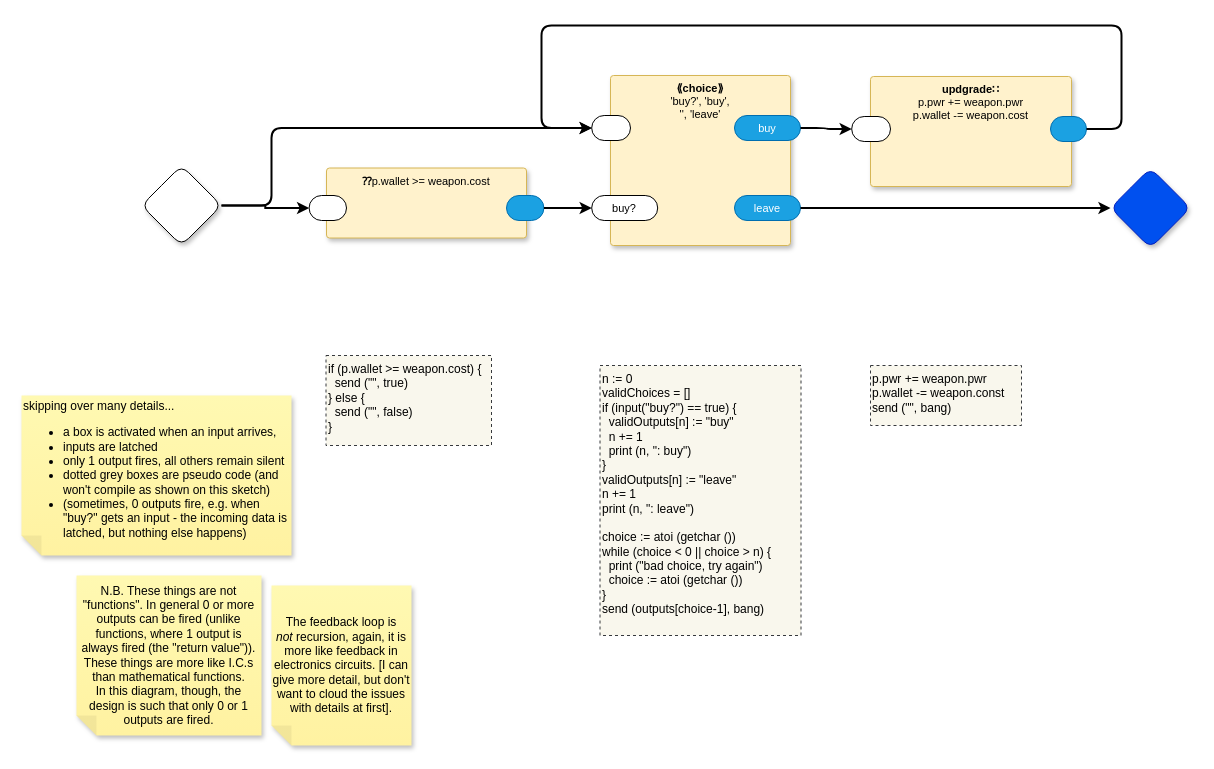
Before: page "Shop" (4 of 8) of test-dc0d.drawio in guitarvydas/gen0d, a draw.io diagram. Source tidied: cells renumbered, new cells numbered last; positions are measured from the earlier drawing's top-left corner, leaving out a move shared by most shapes. Both pictures are drawn from the tidied source at 100%, with x=0, y=0 at pixel (21, 25).
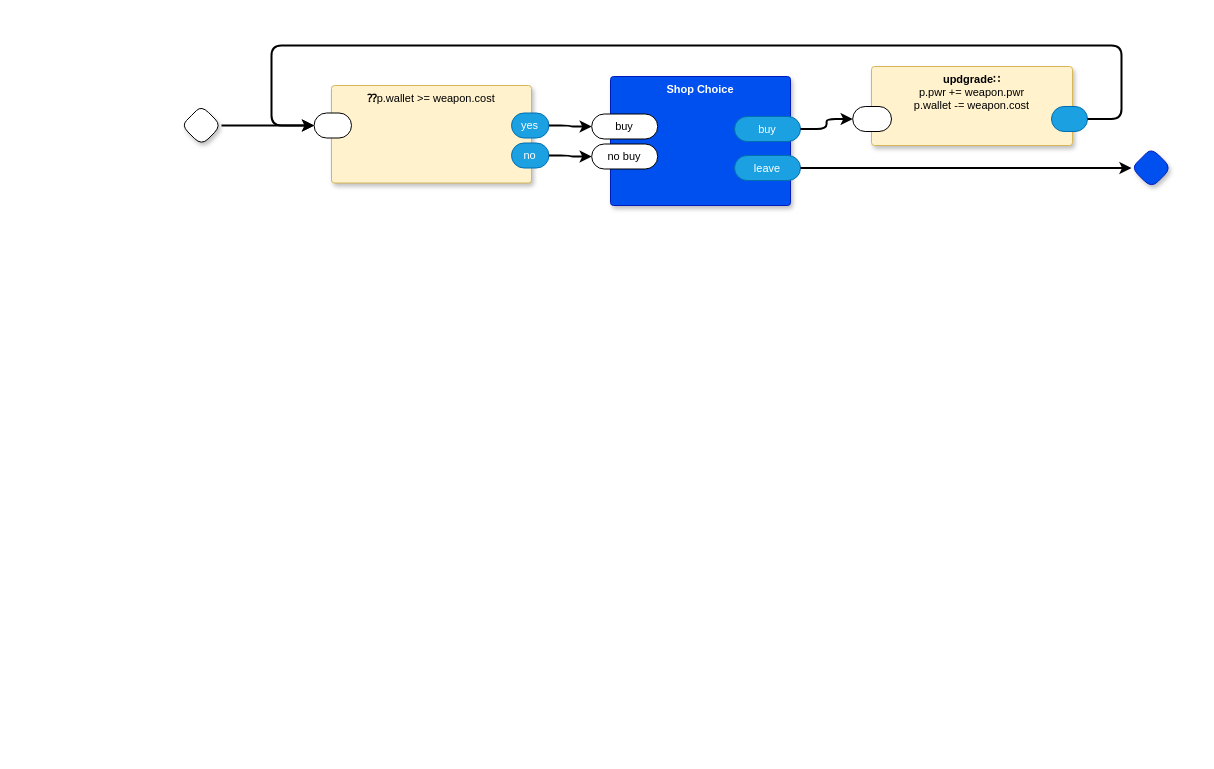
The same page after the edit.

Commit message (it also covers changes not shown here):
Shop and Sync Ask

Unchanged cells that the change refers to:
```xml
<mxCell id="4" style="rounded=1;whiteSpace=wrap;html=1;sketch=0;points=[[0,0.5,0,0,0],[1,0.5,0,0,0]];fillColor=#1ba1e2;fontColor=#ffffff;strokeColor=#006EAF;arcSize=50;fontFamily=Helvetica;fontSize=11;" parent="2" vertex="1">
  <mxGeometry x="180" y="40" width="36" height="25" as="geometry" />
</mxCell>
<mxCell id="16" style="rounded=1;whiteSpace=wrap;html=1;sketch=0;points=[[0,0.5,0,0,0],[1,0.5,0,0,0]];arcSize=50;fontFamily=Helvetica;fontSize=11;fontColor=default;" parent="15" vertex="1">
  <mxGeometry x="-17.4" y="27.5" width="37.4" height="25" as="geometry" />
</mxCell>
```

Change to the diagram source:
```diff
@@
     <mxCell id="2" value="&lt;b style=&quot;border-color: var(--border-color);&quot;&gt;updgrade∷&lt;br&gt;&lt;/b&gt;p.pwr += weapon.pwr&lt;br&gt;p.wallet -= weapon.cost" style="rounded=1;whiteSpace=wrap;html=1;sketch=0;verticalAlign=top;arcSize=6;fontStyle=0;absoluteArcSize=1;shadow=1;strokeColor=#d6b656;fillColor=#fff2cc;fontFamily=Helvetica;fontSize=11;" parent="1" vertex="1">
-      <mxGeometry x="849" y="51" width="201" height="110" as="geometry" />
+      <mxGeometry x="850" y="41" width="201" height="79" as="geometry" />
     </mxCell>
@@
-    <mxCell id="5" style="rhombus;whiteSpace=wrap;html=1;rounded=1;fontStyle=1;glass=0;sketch=0;fontSize=12;points=[[0,0.5,0,0,0],[0.5,0,0,0,0],[0.5,1,0,0,0],[1,0.5,0,0,0]];shadow=1;fontFamily=Helvetica;fontColor=default;" parent="1" vertex="1">
-      <mxGeometry x="120" y="140" width="80" height="80" as="geometry" />
-    </mxCell>
-    <mxCell id="6" style="rhombus;whiteSpace=wrap;html=1;rounded=1;fillColor=#0050ef;fontColor=#ffffff;strokeColor=#001DBC;fontStyle=1;glass=0;sketch=0;fontSize=12;points=[[0,0.5,0,0,0],[0.5,0,0,0,0],[0.5,1,0,0,0],[1,0.5,0,0,0]];shadow=1;fontFamily=Helvetica;" parent="1" vertex="1">
-      <mxGeometry x="1089" y="142.5" width="80" height="80" as="geometry" />
-    </mxCell>
-    <mxCell id="7" value="&lt;span style=&quot;border-color: var(--border-color);&quot;&gt;&lt;b&gt;&lt;span style=&quot;border-color: var(--border-color);&quot;&gt;⟪&lt;/span&gt;choice&lt;/b&gt;&lt;b style=&quot;border-color: var(--border-color);&quot;&gt;⟫&lt;/b&gt;&lt;br&gt;&lt;/span&gt;'buy?', 'buy',&lt;br&gt;'', 'leave'" style="rounded=1;whiteSpace=wrap;html=1;sketch=0;verticalAlign=top;arcSize=6;fontStyle=0;absoluteArcSize=1;shadow=1;strokeColor=#d6b656;fillColor=#fff2cc;fontFamily=Helvetica;fontSize=11;" parent="1" vertex="1">
-      <mxGeometry x="589" y="50" width="180" height="170" as="geometry" />
+    <mxCell id="7" value="&lt;b&gt;Shop Choice&lt;/b&gt;" style="rounded=1;whiteSpace=wrap;html=1;sketch=0;verticalAlign=top;arcSize=6;fontStyle=0;absoluteArcSize=1;shadow=1;strokeColor=#001DBC;fillColor=#0050ef;fontFamily=Helvetica;fontSize=11;fontColor=#ffffff;" parent="1" vertex="1">
+      <mxGeometry x="589" y="51" width="180" height="129" as="geometry" />
     </mxCell>
-    <mxCell id="8" style="rounded=1;whiteSpace=wrap;html=1;sketch=0;points=[[0,0.5,0,0,0],[1,0.5,0,0,0]];arcSize=50;fontFamily=Helvetica;fontSize=11;fontColor=default;" parent="7" vertex="1">
-      <mxGeometry x="-18.8" y="40" width="38.8" height="25" as="geometry" />
-    </mxCell>
@@
     <mxCell id="10" value="leave" style="rounded=1;whiteSpace=wrap;html=1;sketch=0;points=[[0,0.5,0,0,0],[1,0.5,0,0,0]];fillColor=#1ba1e2;fontColor=#ffffff;strokeColor=#006EAF;arcSize=50;fontFamily=Helvetica;fontSize=11;" parent="7" vertex="1">
-      <mxGeometry x="124" y="120" width="66" height="25" as="geometry" />
+      <mxGeometry x="124" y="79" width="66" height="25" as="geometry" />
     </mxCell>
-    <mxCell id="11" value="buy?" style="rounded=1;whiteSpace=wrap;html=1;sketch=0;points=[[0,0.5,0,0,0],[1,0.5,0,0,0]];arcSize=50;fontFamily=Helvetica;fontSize=11;fontColor=default;" parent="7" vertex="1">
-      <mxGeometry x="-18.8" y="120" width="66" height="25" as="geometry" />
+    <mxCell id="11" value="buy" style="rounded=1;whiteSpace=wrap;html=1;sketch=0;points=[[0,0.5,0,0,0],[1,0.5,0,0,0]];arcSize=50;fontFamily=Helvetica;fontSize=11;fontColor=default;" parent="7" vertex="1">
+      <mxGeometry x="-18.8" y="37.5" width="66" height="25" as="geometry" />
     </mxCell>
+    <mxCell id="27" value="no buy" style="rounded=1;whiteSpace=wrap;html=1;sketch=0;points=[[0,0.5,0,0,0],[1,0.5,0,0,0]];arcSize=50;fontFamily=Helvetica;fontSize=11;fontColor=default;" parent="7" vertex="1">
+      <mxGeometry x="-18.8" y="67.5" width="66" height="25" as="geometry" />
+    </mxCell>
@@
-    <mxCell id="13" style="edgeStyle=orthogonalEdgeStyle;shape=connector;curved=0;rounded=1;jettySize=auto;html=1;exitX=1;exitY=0.5;exitDx=0;exitDy=0;exitPerimeter=0;entryX=0;entryY=0.5;entryDx=0;entryDy=0;entryPerimeter=0;labelBackgroundColor=default;strokeColor=default;strokeWidth=2;align=center;verticalAlign=middle;fontFamily=Helvetica;fontSize=11;fontColor=default;endArrow=classic;" parent="1" edge="1" source="4" target="8">
+    <mxCell id="13" style="edgeStyle=orthogonalEdgeStyle;shape=connector;curved=0;rounded=1;jettySize=auto;html=1;exitX=1;exitY=0.5;exitDx=0;exitDy=0;exitPerimeter=0;entryX=0;entryY=0.5;entryDx=0;entryDy=0;entryPerimeter=0;labelBackgroundColor=default;strokeColor=default;strokeWidth=2;align=center;verticalAlign=middle;fontFamily=Helvetica;fontSize=11;fontColor=default;endArrow=classic;" parent="1" edge="1" source="4" target="16">
       <mxGeometry relative="1" as="geometry">
         <Array as="points">
-          <mxPoint x="1100" y="104" />
-          <mxPoint x="1100" />
-          <mxPoint x="520" />
-          <mxPoint x="520" y="103" />
+          <mxPoint x="1100" y="94" />
+          <mxPoint x="1100" y="20" />
+          <mxPoint x="250" y="20" />
+          <mxPoint x="250" y="100" />
         </Array>
       </mxGeometry>
     </mxCell>
-    <mxCell id="14" style="edgeStyle=orthogonalEdgeStyle;shape=connector;curved=0;rounded=1;jettySize=auto;html=1;labelBackgroundColor=default;strokeColor=default;strokeWidth=2;align=center;verticalAlign=middle;fontFamily=Helvetica;fontSize=11;fontColor=default;endArrow=classic;" parent="1" edge="1" source="10" target="6">
+    <mxCell id="14" style="edgeStyle=orthogonalEdgeStyle;shape=connector;curved=0;rounded=1;jettySize=auto;html=1;labelBackgroundColor=default;strokeColor=default;strokeWidth=2;align=center;verticalAlign=middle;fontFamily=Helvetica;fontSize=11;fontColor=default;endArrow=classic;entryX=0;entryY=0.5;entryDx=0;entryDy=0;entryPerimeter=0;" parent="1" edge="1" source="10" target="31">
       <mxGeometry relative="1" as="geometry" />
     </mxCell>
     <mxCell id="15" value="&lt;b&gt;⁇&lt;/b&gt;p.wallet &amp;gt;= weapon.cost" style="rounded=1;whiteSpace=wrap;html=1;sketch=0;verticalAlign=top;arcSize=6;fontStyle=0;absoluteArcSize=1;shadow=1;strokeColor=#d6b656;fillColor=#fff2cc;fontFamily=Helvetica;fontSize=11;align=center;spacingLeft=0;" parent="1" vertex="1">
-      <mxGeometry x="305" y="142.5" width="200" height="70" as="geometry" />
+      <mxGeometry x="310" y="60" width="200" height="97.5" as="geometry" />
     </mxCell>
@@
-    <mxCell id="17" style="rounded=1;whiteSpace=wrap;html=1;sketch=0;points=[[0,0.5,0,0,0],[1,0.5,0,0,0]];fillColor=#1ba1e2;fontColor=#ffffff;strokeColor=#006EAF;arcSize=50;fontFamily=Helvetica;fontSize=11;" parent="15" vertex="1">
+    <mxCell id="17" value="yes" style="rounded=1;whiteSpace=wrap;html=1;sketch=0;points=[[0,0.5,0,0,0],[1,0.5,0,0,0]];fillColor=#1ba1e2;fontColor=#ffffff;strokeColor=#006EAF;arcSize=50;fontFamily=Helvetica;fontSize=11;" parent="15" vertex="1">
       <mxGeometry x="180" y="27.5" width="37.4" height="25" as="geometry" />
     </mxCell>
+    <mxCell id="28" value="no" style="rounded=1;whiteSpace=wrap;html=1;sketch=0;points=[[0,0.5,0,0,0],[1,0.5,0,0,0]];fillColor=#1ba1e2;fontColor=#ffffff;strokeColor=#006EAF;arcSize=50;fontFamily=Helvetica;fontSize=11;" parent="15" vertex="1">
+      <mxGeometry x="180" y="57.5" width="37.4" height="25" as="geometry" />
+    </mxCell>
@@
-    <mxCell id="19" style="edgeStyle=orthogonalEdgeStyle;shape=connector;curved=0;rounded=1;jettySize=auto;html=1;entryX=0;entryY=0.5;entryDx=0;entryDy=0;entryPerimeter=0;labelBackgroundColor=default;strokeColor=default;strokeWidth=2;align=center;verticalAlign=middle;fontFamily=Helvetica;fontSize=11;fontColor=default;endArrow=classic;" parent="1" edge="1" source="5" target="8">
-      <mxGeometry relative="1" as="geometry">
-        <Array as="points">
-          <mxPoint x="250" y="180" />
-          <mxPoint x="250" y="103" />
-        </Array>
-      </mxGeometry>
-    </mxCell>
-    <mxCell id="20" value="n := 0&lt;br&gt;validChoices = []&lt;br style=&quot;border-color: var(--border-color); color: rgb(0, 0, 0);&quot;&gt;&lt;span style=&quot;color: rgb(0, 0, 0);&quot;&gt;if (input(&quot;buy?&quot;) == true) {&lt;br&gt;&lt;/span&gt;&amp;nbsp; validOutputs[n] := &quot;buy&quot;&lt;br style=&quot;border-color: var(--border-color);&quot;&gt;&amp;nbsp; n += 1&lt;br style=&quot;border-color: var(--border-color); color: rgb(0, 0, 0);&quot;&gt;&lt;span style=&quot;color: rgb(0, 0, 0);&quot;&gt;&amp;nbsp; print (n, &quot;: buy&quot;)&lt;/span&gt;&lt;span style=&quot;color: rgb(0, 0, 0);&quot;&gt;&lt;br&gt;&lt;/span&gt;&lt;span style=&quot;color: rgb(0, 0, 0);&quot;&gt;}&lt;br&gt;&lt;/span&gt;validOutputs[n] := &quot;leave&quot;&lt;br style=&quot;border-color: var(--border-color); color: rgb(0, 0, 0);&quot;&gt;&lt;span style=&quot;color: rgb(0, 0, 0);&quot;&gt;n += 1&lt;br&gt;print (n, &quot;: leave&quot;)&lt;/span&gt;&lt;br style=&quot;border-color: var(--border-color); color: rgb(0, 0, 0);&quot;&gt;&lt;br&gt;&lt;div style=&quot;&quot;&gt;&lt;span style=&quot;color: rgb(0, 0, 0); background-color: initial;&quot;&gt;choice := atoi (getchar ())&lt;/span&gt;&lt;/div&gt;&lt;div style=&quot;&quot;&gt;&lt;span style=&quot;color: rgb(0, 0, 0); background-color: initial;&quot;&gt;while (choice &amp;lt; 0 || choice &amp;gt; n) {&lt;/span&gt;&lt;/div&gt;&lt;div style=&quot;&quot;&gt;&lt;span style=&quot;color: rgb(0, 0, 0); background-color: initial;&quot;&gt;&amp;nbsp; print (&quot;bad choice, try again&quot;)&lt;/span&gt;&lt;/div&gt;&lt;div style=&quot;&quot;&gt;&lt;span style=&quot;color: rgb(0, 0, 0); background-color: initial;&quot;&gt;&amp;nbsp; choice := atoi (getchar ())&lt;/span&gt;&lt;/div&gt;&lt;div style=&quot;&quot;&gt;&lt;span style=&quot;color: rgb(0, 0, 0); background-color: initial;&quot;&gt;}&lt;/span&gt;&lt;/div&gt;&lt;div style=&quot;&quot;&gt;&lt;span style=&quot;color: rgb(0, 0, 0); background-color: initial;&quot;&gt;send (outputs[choice-1], bang)&lt;/span&gt;&lt;/div&gt;&lt;div style=&quot;&quot;&gt;&lt;span style=&quot;color: rgb(0, 0, 0); background-color: initial;&quot;&gt;&lt;br&gt;&lt;/span&gt;&lt;/div&gt;" style="rounded=0;whiteSpace=wrap;html=1;dashed=1;fillColor=#f9f7ed;strokeColor=#36393d;align=left;verticalAlign=top;" parent="1" vertex="1">
-      <mxGeometry x="578.5" y="340" width="201" height="270" as="geometry" />
-    </mxCell>
-    <mxCell id="21" value="if (p.wallet &amp;gt;= weapon.cost) {&lt;br&gt;&amp;nbsp; send (&quot;&quot;, true)&lt;br&gt;} else {&lt;br&gt;&amp;nbsp; send (&quot;&quot;, false)&lt;br&gt;}" style="rounded=0;whiteSpace=wrap;html=1;dashed=1;fillColor=#f9f7ed;strokeColor=#36393d;align=left;verticalAlign=top;" parent="1" vertex="1">
-      <mxGeometry x="304.5" y="330" width="165.5" height="90" as="geometry" />
-    </mxCell>
-    <mxCell id="22" value="p.pwr += weapon.pwr&lt;br&gt;p.wallet -= weapon.const&lt;br&gt;send (&quot;&quot;, bang)" style="rounded=0;whiteSpace=wrap;html=1;dashed=1;fillColor=#f9f7ed;strokeColor=#36393d;align=left;verticalAlign=top;" parent="1" vertex="1">
-      <mxGeometry x="849" y="340" width="151" height="60" as="geometry" />
-    </mxCell>
-    <mxCell id="23" value="&lt;span style=&quot;background-color: initial;&quot;&gt;skipping over many details...&lt;/span&gt;&lt;br&gt;&lt;ul&gt;&lt;li&gt;&lt;span style=&quot;background-color: initial;&quot;&gt;a box is activated when an input arrives,&lt;/span&gt;&lt;/li&gt;&lt;li&gt;inputs are latched&lt;/li&gt;&lt;li&gt;only 1 output fires, all others remain silent&lt;/li&gt;&lt;li&gt;dotted grey boxes are pseudo code (and won't compile as shown on this sketch)&lt;br&gt;&lt;/li&gt;&lt;li&gt;(sometimes, 0 outputs fire, e.g. when &quot;buy?&quot; gets an input - the incoming data is latched, but nothing else happens)&lt;/li&gt;&lt;/ul&gt;" style="shape=note;whiteSpace=wrap;html=1;backgroundOutline=1;fontColor=#000000;darkOpacity=0.05;fillColor=#FFF9B2;strokeColor=none;fillStyle=solid;direction=west;gradientDirection=north;gradientColor=#FFF2A1;shadow=1;size=20;align=left;" parent="1" vertex="1">
-      <mxGeometry y="370" width="270" height="160" as="geometry" />
-    </mxCell>
-    <mxCell id="24" value="N.B. These things are not &quot;functions&quot;. In general 0 or more outputs can be fired (unlike functions, where 1 output is always fired (the &quot;return value&quot;)). These things are more like I.C.s than mathematical functions.&lt;br&gt;In this diagram, though, the design is such that only 0 or 1 outputs are fired." style="shape=note;whiteSpace=wrap;html=1;backgroundOutline=1;fontColor=#000000;darkOpacity=0.05;fillColor=#FFF9B2;strokeColor=none;fillStyle=solid;direction=west;gradientDirection=north;gradientColor=#FFF2A1;shadow=1;size=20;" parent="1" vertex="1">
-      <mxGeometry x="55" y="550" width="185" height="160" as="geometry" />
-    </mxCell>
-    <mxCell id="25" value="The feedback loop is &lt;i&gt;not&lt;/i&gt;&amp;nbsp;recursion, again, it is more like feedback in electronics circuits. [I can give more detail, but don't want to cloud the issues with details at first]." style="shape=note;whiteSpace=wrap;html=1;backgroundOutline=1;fontColor=#000000;darkOpacity=0.05;fillColor=#FFF9B2;strokeColor=none;fillStyle=solid;direction=west;gradientDirection=north;gradientColor=#FFF2A1;shadow=1;size=20;" parent="1" vertex="1">
-      <mxGeometry x="250" y="560" width="140" height="160" as="geometry" />
-    </mxCell>
-    <mxCell id="26" style="edgeStyle=orthogonalEdgeStyle;rounded=0;jettySize=auto;html=1;exitX=1;exitY=0.5;exitDx=0;exitDy=0;exitPerimeter=0;entryX=0;entryY=0.5;entryDx=0;entryDy=0;entryPerimeter=0;strokeWidth=2;" parent="1" edge="1" source="5" target="16">
-      <mxGeometry relative="1" as="geometry" />
-    </mxCell>
+    <mxCell id="29" style="rhombus;whiteSpace=wrap;html=1;rounded=1;fontStyle=1;glass=0;sketch=0;fontSize=12;points=[[0,0.5,0,0,0],[0.5,0,0,0,0],[0.5,1,0,0,0],[1,0.5,0,0,0]];shadow=1;fontFamily=Helvetica;fontColor=default;" parent="1" vertex="1">
+      <mxGeometry x="160" y="80" width="40" height="40" as="geometry" />
+    </mxCell>
+    <mxCell id="30" style="edgeStyle=orthogonalEdgeStyle;shape=connector;curved=0;rounded=1;jettySize=auto;html=1;exitX=1;exitY=0.5;exitDx=0;exitDy=0;exitPerimeter=0;entryX=0;entryY=0.5;entryDx=0;entryDy=0;entryPerimeter=0;labelBackgroundColor=default;strokeColor=default;strokeWidth=2;align=center;verticalAlign=middle;fontFamily=Helvetica;fontSize=11;fontColor=default;endArrow=classic;" parent="1" edge="1" source="29" target="16">
+      <mxGeometry relative="1" as="geometry" />
+    </mxCell>
+    <mxCell id="31" style="rhombus;whiteSpace=wrap;html=1;rounded=1;fontStyle=1;glass=0;sketch=0;fontSize=12;points=[[0,0.5,0,0,0],[0.5,0,0,0,0],[0.5,1,0,0,0],[1,0.5,0,0,0]];shadow=1;fillColor=#0050ef;fontColor=#ffffff;strokeColor=#001DBC;fontFamily=Helvetica;" parent="1" vertex="1">
+      <mxGeometry x="1110" y="122.5" width="40" height="40" as="geometry" />
+    </mxCell>
+    <mxCell id="32" style="edgeStyle=orthogonalEdgeStyle;shape=connector;curved=0;rounded=1;jettySize=auto;html=1;exitX=1;exitY=0.5;exitDx=0;exitDy=0;exitPerimeter=0;entryX=0;entryY=0.5;entryDx=0;entryDy=0;entryPerimeter=0;labelBackgroundColor=default;strokeColor=default;strokeWidth=2;align=center;verticalAlign=middle;fontFamily=Helvetica;fontSize=11;fontColor=default;endArrow=classic;" parent="1" edge="1" source="28" target="27">
+      <mxGeometry relative="1" as="geometry" />
+    </mxCell>
```
